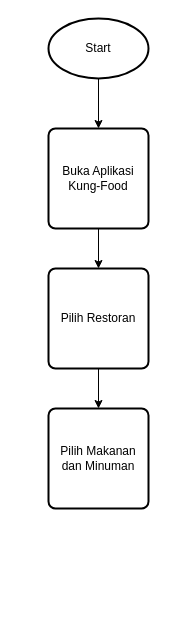
The draw.io diagram flowchart.drawio in christianasc30/Christian_Antonio-Food_Order_App, before the edit. Source tidied: cells renumbered, new cells numbered last; positions are measured from the earlier drawing's top-left corner, leaving out a move shared by most shapes. Both pictures are drawn from the tidied source at 100%, with x=0, y=0 at pixel (48, 18).
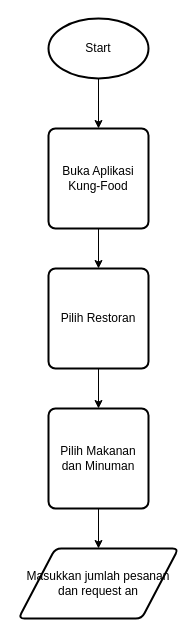
Above is the later version.

Commit message:
Menambahkan Input jumlah pesanan

The edit, as a diff of the source:
```diff
@@
 <mxGraphModel>
   <root>
     <mxCell id="0" />
     <mxCell id="1" parent="0" />
     <mxCell id="2" style="edgeStyle=none;html=1;exitX=0.5;exitY=1;exitDx=0;exitDy=0;exitPerimeter=0;entryX=0.5;entryY=0;entryDx=0;entryDy=0;" parent="1" edge="1" source="3" target="5">
       <mxGeometry relative="1" as="geometry" />
     </mxCell>
     <mxCell id="3" value="Start" style="strokeWidth=2;html=1;shape=mxgraph.flowchart.start_1;whiteSpace=wrap;" parent="1" vertex="1">
       <mxGeometry width="100" height="60" as="geometry" />
     </mxCell>
     <mxCell id="4" style="edgeStyle=none;html=1;exitX=0.5;exitY=1;exitDx=0;exitDy=0;entryX=0.5;entryY=0;entryDx=0;entryDy=0;" parent="1" edge="1" source="5" target="7">
       <mxGeometry relative="1" as="geometry" />
     </mxCell>
     <mxCell id="5" value="Buka Aplikasi Kung-Food" style="rounded=1;whiteSpace=wrap;html=1;absoluteArcSize=1;arcSize=14;strokeWidth=2;" parent="1" vertex="1">
       <mxGeometry y="110" width="100" height="100" as="geometry" />
     </mxCell>
     <mxCell id="6" style="edgeStyle=none;html=1;exitX=0.5;exitY=1;exitDx=0;exitDy=0;entryX=0.5;entryY=0;entryDx=0;entryDy=0;" parent="1" edge="1" source="7" target="8">
       <mxGeometry relative="1" as="geometry" />
     </mxCell>
     <mxCell id="7" value="Pilih Restoran" style="rounded=1;whiteSpace=wrap;html=1;absoluteArcSize=1;arcSize=14;strokeWidth=2;" parent="1" vertex="1">
       <mxGeometry y="250" width="100" height="100" as="geometry" />
     </mxCell>
+    <mxCell id="9" style="edgeStyle=none;html=1;exitX=0.5;exitY=1;exitDx=0;exitDy=0;entryX=0.5;entryY=0;entryDx=0;entryDy=0;" parent="1" edge="1" source="8" target="10">
+      <mxGeometry relative="1" as="geometry" />
+    </mxCell>
     <mxCell id="8" value="Pilih Makanan dan Minuman" style="rounded=1;whiteSpace=wrap;html=1;absoluteArcSize=1;arcSize=14;strokeWidth=2;" parent="1" vertex="1">
       <mxGeometry y="390" width="100" height="100" as="geometry" />
     </mxCell>
+    <mxCell id="10" value="Masukkan jumlah pesanan dan request an" style="shape=parallelogram;html=1;strokeWidth=2;perimeter=parallelogramPerimeter;whiteSpace=wrap;rounded=1;arcSize=12;size=0.23;" parent="1" vertex="1">
+      <mxGeometry x="-30" y="530" width="160" height="70" as="geometry" />
+    </mxCell>
   </root>
 </mxGraphModel>
```
